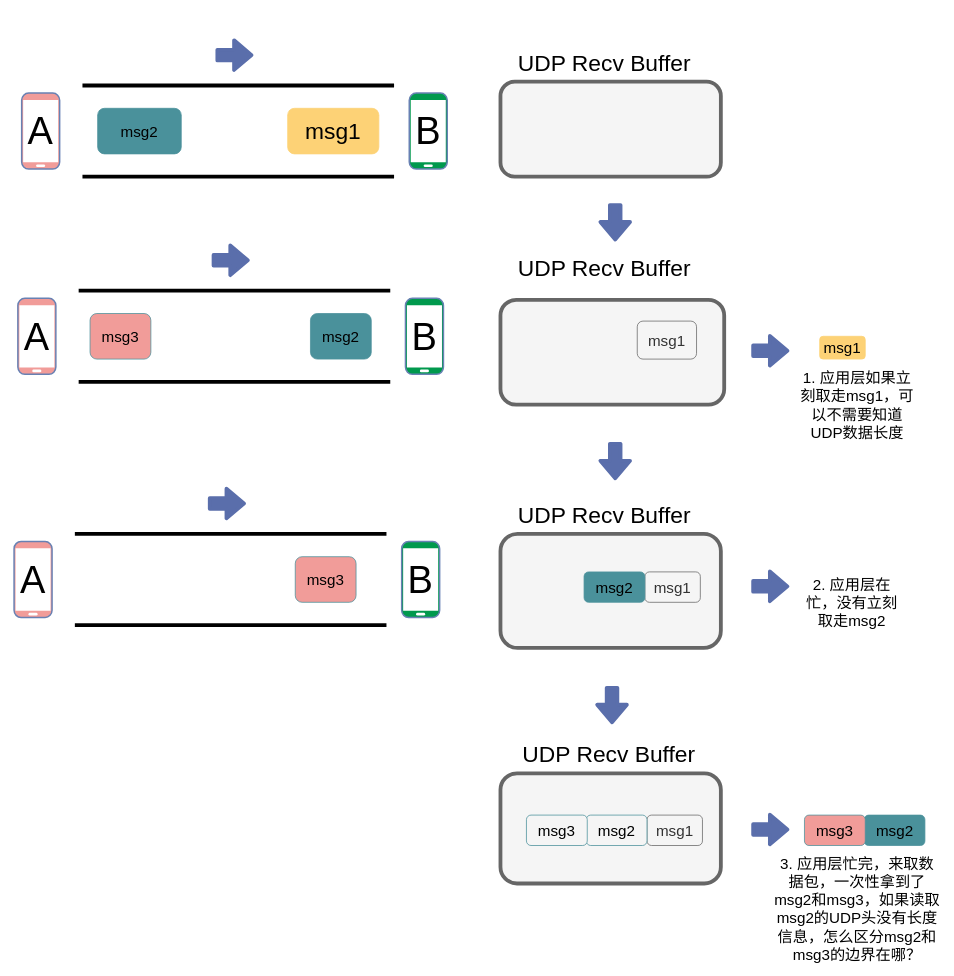
This is network/为什么UDP要冗余一个长度字段.drawio from xiaobaiTech/image, a draw.io file, before an edit. Source tidied: cells renumbered, new cells numbered last; positions are measured from the earlier drawing's top-left corner, leaving out a move shared by most shapes. Both pictures are drawn from the tidied source at 76%, with x=0, y=0 at pixel (14, 55).
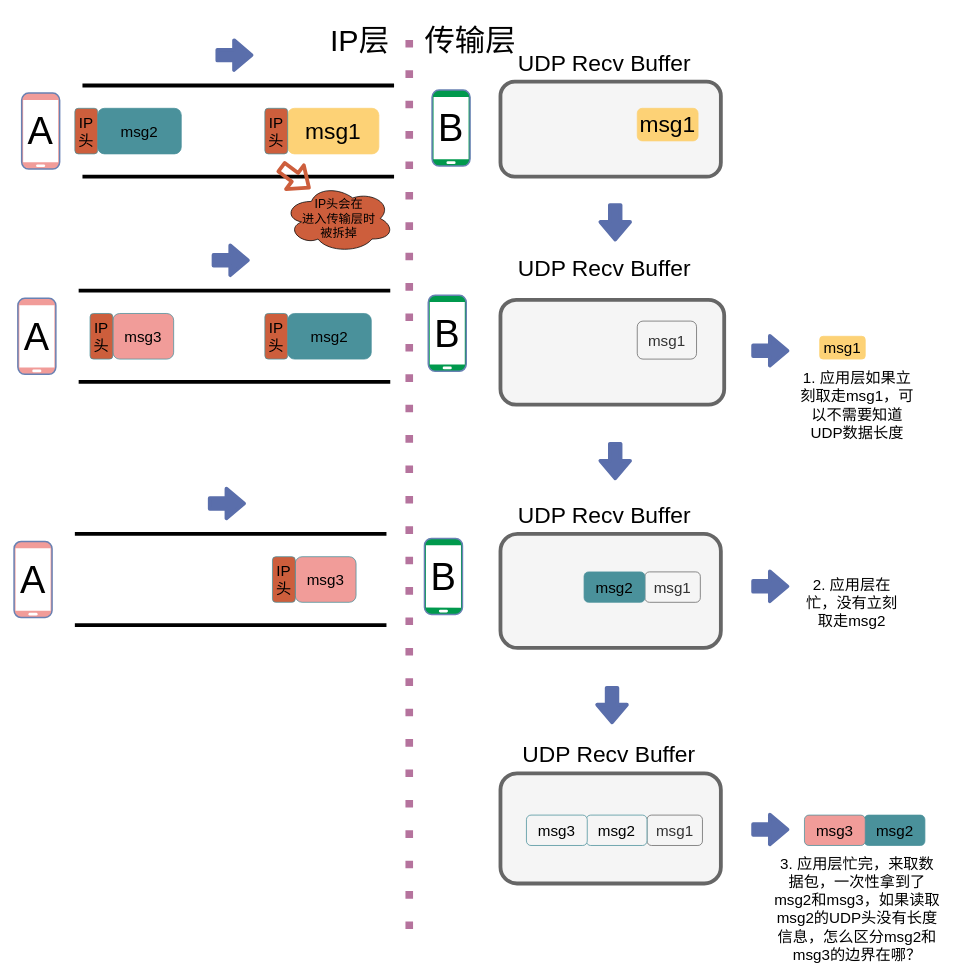
After the change.

Commit message:
Update 为什么UDP要冗余一个长度字段.drawio

Change to the diagram source:
```diff
@@
     <mxCell id="12" style="fontColor=#0066CC;verticalAlign=top;verticalLabelPosition=bottom;labelPosition=center;align=center;html=1;strokeColor=#6881B3;gradientColor=none;gradientDirection=north;strokeWidth=2;shape=mxgraph.networks.mobile;fillColor=#00994D;" parent="1" vertex="1">
-      <mxGeometry x="520" y="50" width="50" height="100" as="geometry" />
+      <mxGeometry x="550" y="46" width="50" height="100" as="geometry" />
     </mxCell>
     <mxCell id="13" value="&lt;font style=&quot;font-size: 50px&quot;&gt;B&lt;/font&gt;" style="text;html=1;strokeColor=none;fillColor=none;align=center;verticalAlign=middle;whiteSpace=wrap;rounded=0;" parent="1" vertex="1">
-      <mxGeometry x="525" y="90" width="40" height="20" as="geometry" />
+      <mxGeometry x="555" y="86" width="40" height="20" as="geometry" />
     </mxCell>
@@
     <mxCell id="15" value="&lt;font style=&quot;font-size: 20px&quot;&gt;msg2&lt;/font&gt;" style="rounded=1;whiteSpace=wrap;html=1;fillColor=#4A919B;strokeColor=#4A919B;" parent="1" vertex="1">
-      <mxGeometry x="390" y="340" width="80" height="60" as="geometry" />
+      <mxGeometry x="360" y="340" width="110" height="60" as="geometry" />
     </mxCell>
@@
     <mxCell id="20" style="fontColor=#0066CC;verticalAlign=top;verticalLabelPosition=bottom;labelPosition=center;align=center;html=1;strokeColor=#6881B3;gradientColor=none;gradientDirection=north;strokeWidth=2;shape=mxgraph.networks.mobile;fillColor=#00994D;" parent="1" vertex="1">
-      <mxGeometry x="515" y="320" width="50" height="100" as="geometry" />
+      <mxGeometry x="545" y="316" width="50" height="100" as="geometry" />
     </mxCell>
     <mxCell id="21" value="&lt;font style=&quot;font-size: 50px&quot;&gt;B&lt;/font&gt;" style="text;html=1;strokeColor=none;fillColor=none;align=center;verticalAlign=middle;whiteSpace=wrap;rounded=0;" parent="1" vertex="1">
-      <mxGeometry x="520" y="360" width="40" height="20" as="geometry" />
+      <mxGeometry x="550" y="356" width="40" height="20" as="geometry" />
     </mxCell>
@@
     <mxCell id="23" value="&lt;font style=&quot;font-size: 20px&quot;&gt;msg3&lt;/font&gt;" style="rounded=1;whiteSpace=wrap;html=1;strokeColor=#4A919B;fillColor=#F19C99;" parent="1" vertex="1">
-      <mxGeometry x="100" y="340" width="80" height="60" as="geometry" />
+      <mxGeometry x="130" y="340" width="80" height="60" as="geometry" />
     </mxCell>
@@
     <mxCell id="29" style="fontColor=#0066CC;verticalAlign=top;verticalLabelPosition=bottom;labelPosition=center;align=center;html=1;strokeColor=#6881B3;gradientColor=none;gradientDirection=north;strokeWidth=2;shape=mxgraph.networks.mobile;fillColor=#00994D;" parent="1" vertex="1">
-      <mxGeometry x="510" y="640" width="50" height="100" as="geometry" />
+      <mxGeometry x="540" y="636" width="50" height="100" as="geometry" />
     </mxCell>
     <mxCell id="30" value="&lt;font style=&quot;font-size: 50px&quot;&gt;B&lt;/font&gt;" style="text;html=1;strokeColor=none;fillColor=none;align=center;verticalAlign=middle;whiteSpace=wrap;rounded=0;" parent="1" vertex="1">
-      <mxGeometry x="515" y="680" width="40" height="20" as="geometry" />
+      <mxGeometry x="545" y="676" width="40" height="20" as="geometry" />
     </mxCell>
@@
+    <mxCell id="54" value="&lt;font style=&quot;font-size: 20px&quot;&gt;IP头&lt;/font&gt;" style="rounded=1;whiteSpace=wrap;html=1;strokeColor=#4A919B;fillColor=#CD5E3C;" parent="1" vertex="1">
+      <mxGeometry x="80" y="70" width="30" height="60" as="geometry" />
+    </mxCell>
+    <mxCell id="55" value="&lt;font style=&quot;font-size: 20px&quot;&gt;IP头&lt;/font&gt;" style="rounded=1;whiteSpace=wrap;html=1;strokeColor=#4A919B;fillColor=#CD5E3C;" parent="1" vertex="1">
+      <mxGeometry x="330" y="70" width="30" height="60" as="geometry" />
+    </mxCell>
+    <mxCell id="56" value="&lt;font style=&quot;font-size: 20px&quot;&gt;IP头&lt;/font&gt;" style="rounded=1;whiteSpace=wrap;html=1;strokeColor=#4A919B;fillColor=#CD5E3C;" parent="1" vertex="1">
+      <mxGeometry x="330" y="340" width="30" height="60" as="geometry" />
+    </mxCell>
+    <mxCell id="57" value="&lt;font style=&quot;font-size: 20px&quot;&gt;IP头&lt;/font&gt;" style="rounded=1;whiteSpace=wrap;html=1;strokeColor=#4A919B;fillColor=#CD5E3C;" parent="1" vertex="1">
+      <mxGeometry x="100" y="340" width="30" height="60" as="geometry" />
+    </mxCell>
+    <mxCell id="58" value="&lt;font style=&quot;font-size: 20px&quot;&gt;IP头&lt;/font&gt;" style="rounded=1;whiteSpace=wrap;html=1;strokeColor=#4A919B;fillColor=#CD5E3C;" parent="1" vertex="1">
+      <mxGeometry x="340" y="660" width="30" height="60" as="geometry" />
+    </mxCell>
+    <mxCell id="59" style="endArrow=none;dashed=1;html=1;dashPattern=1 3;strokeWidth=10;strokeColor=#B5739D;" parent="1" edge="1">
+      <mxGeometry relative="1" as="geometry">
+        <mxPoint x="520" y="1150" as="sourcePoint" />
+        <mxPoint x="520" y="-50" as="targetPoint" />
+      </mxGeometry>
+    </mxCell>
+    <mxCell id="60" value="&lt;font style=&quot;font-size: 40px&quot;&gt;IP层&lt;/font&gt;" style="text;html=1;strokeColor=none;fillColor=none;align=center;verticalAlign=middle;whiteSpace=wrap;rounded=0;" parent="1" vertex="1">
+      <mxGeometry x="410" y="-30" width="90" height="20" as="geometry" />
+    </mxCell>
+    <mxCell id="61" value="&lt;font style=&quot;font-size: 40px&quot;&gt;传输层&lt;/font&gt;" style="text;html=1;strokeColor=none;fillColor=none;align=center;verticalAlign=middle;whiteSpace=wrap;rounded=0;" parent="1" vertex="1">
+      <mxGeometry x="533" y="-30" width="135" height="20" as="geometry" />
+    </mxCell>
+    <mxCell id="62" value="&lt;font style=&quot;font-size: 16px&quot;&gt;IP头会在&lt;br&gt;进入传输层时&lt;br&gt;被拆掉&lt;/font&gt;" style="ellipse;shape=cloud;whiteSpace=wrap;html=1;fillColor=#CD5E3C;" parent="1" vertex="1">
+      <mxGeometry x="355" y="170" width="145" height="90" as="geometry" />
+    </mxCell>
+    <mxCell id="63" style="shape=flexArrow;endArrow=classic;html=1;strokeWidth=5;strokeColor=#CD5E3C;" parent="1" edge="1">
+      <mxGeometry relative="1" as="geometry">
+        <mxPoint x="350" y="146" as="sourcePoint" />
+        <mxPoint x="390" y="176" as="targetPoint" />
+      </mxGeometry>
+    </mxCell>
+    <mxCell id="64" value="&lt;font style=&quot;font-size: 30px&quot;&gt;msg1&lt;/font&gt;" style="rounded=1;whiteSpace=wrap;html=1;fillColor=#FDD276;strokeColor=#FDD276;" parent="1" vertex="1">
+      <mxGeometry x="820" y="70" width="80" height="42.9" as="geometry" />
+    </mxCell>
```
